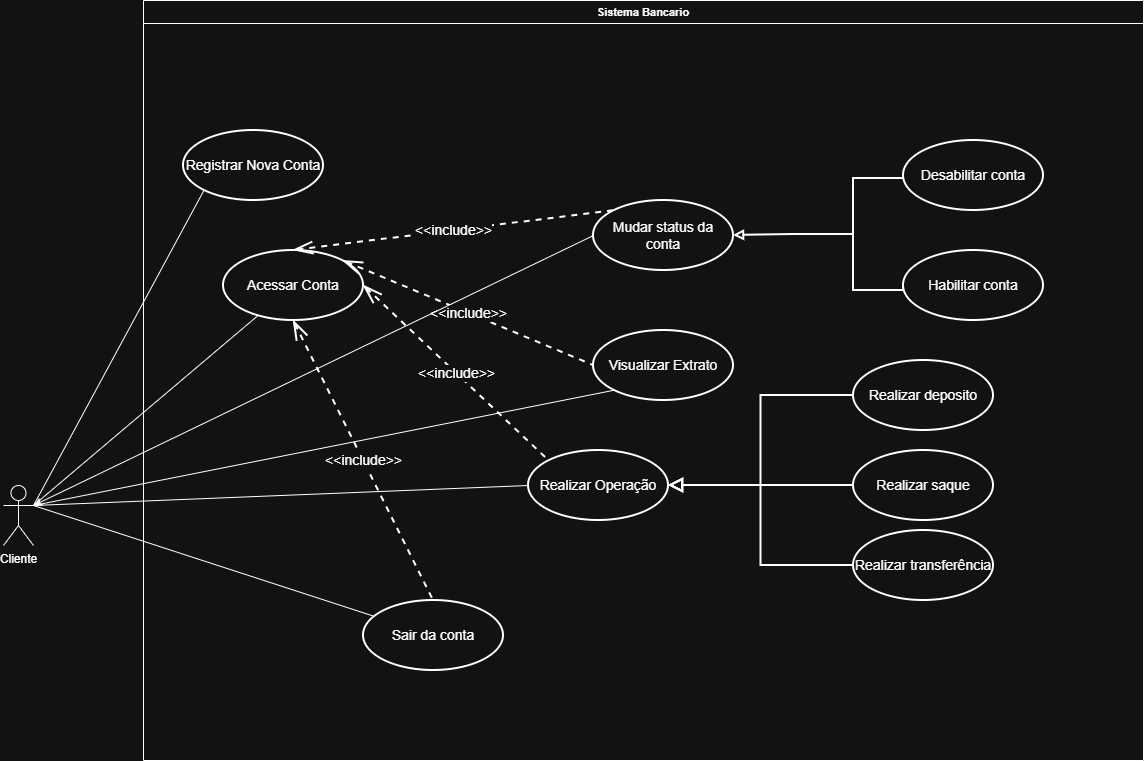
The draw.io diagram docs/images/UseCaseDiagram.drawio.png in Alexssandro-Costa/Simple-Banking-System, before a commit. Source tidied: cells renumbered, new cells last; positions are measured from the earlier drawing's top-left corner, leaving out a move shared by most shapes. Source of this version:
```xml
<mxGraphModel>
  <root>
    <mxCell id="0" />
    <mxCell id="1" parent="0" />
    <mxCell id="2" style="shape=connector;rounded=0;jettySize=auto;html=1;exitX=1;exitY=0.3333333333333333;exitDx=0;exitDy=0;exitPerimeter=0;entryX=0;entryY=1;entryDx=0;entryDy=0;strokeColor=default;align=center;verticalAlign=middle;fontFamily=Helvetica;fontSize=11;fontColor=default;labelBackgroundColor=default;endArrow=none;endFill=0;" parent="1" edge="1" source="7" target="19">
      <mxGeometry relative="1" as="geometry" />
    </mxCell>
    <mxCell id="3" style="shape=connector;rounded=0;jettySize=auto;html=1;exitX=1;exitY=0.3333333333333333;exitDx=0;exitDy=0;exitPerimeter=0;strokeColor=default;align=center;verticalAlign=middle;fontFamily=Helvetica;fontSize=11;fontColor=default;labelBackgroundColor=default;endArrow=none;endFill=0;" parent="1" edge="1" source="7" target="16">
      <mxGeometry relative="1" as="geometry" />
    </mxCell>
    <mxCell id="4" style="shape=connector;rounded=0;jettySize=auto;html=1;exitX=1;exitY=0.3333333333333333;exitDx=0;exitDy=0;exitPerimeter=0;strokeColor=default;align=center;verticalAlign=middle;fontFamily=Helvetica;fontSize=11;fontColor=default;labelBackgroundColor=default;endArrow=none;endFill=0;" parent="1" edge="1" source="7" target="9">
      <mxGeometry relative="1" as="geometry" />
    </mxCell>
    <mxCell id="5" style="shape=connector;rounded=0;jettySize=auto;html=1;exitX=1;exitY=0.3333333333333333;exitDx=0;exitDy=0;exitPerimeter=0;entryX=0;entryY=0.5;entryDx=0;entryDy=0;strokeColor=default;align=center;verticalAlign=middle;fontFamily=Helvetica;fontSize=11;fontColor=default;labelBackgroundColor=default;endArrow=none;endFill=0;" parent="1" edge="1" source="7" target="11">
      <mxGeometry relative="1" as="geometry" />
    </mxCell>
    <mxCell id="6" style="shape=connector;rounded=0;jettySize=auto;html=1;exitX=1;exitY=0.3333333333333333;exitDx=0;exitDy=0;exitPerimeter=0;entryX=0;entryY=1;entryDx=0;entryDy=0;strokeColor=default;align=center;verticalAlign=middle;fontFamily=Helvetica;fontSize=11;fontColor=default;labelBackgroundColor=default;endArrow=none;endFill=0;" parent="1" edge="1" source="7" target="15">
      <mxGeometry relative="1" as="geometry" />
    </mxCell>
    <mxCell id="7" value="Cliente" style="shape=umlActor;verticalLabelPosition=bottom;verticalAlign=top;html=1;outlineConnect=0;" parent="1" vertex="1">
      <mxGeometry y="485" width="30" height="60" as="geometry" />
    </mxCell>
    <mxCell id="8" value="Sistema Bancario" style="swimlane;whiteSpace=wrap;html=1;fontFamily=Helvetica;fontSize=11;fontColor=default;labelBackgroundColor=default;" parent="1" vertex="1">
      <mxGeometry x="140" width="1000" height="760" as="geometry" />
    </mxCell>
    <mxCell id="9" value="Sair da conta" style="ellipse;whiteSpace=wrap;html=1;miterlimit=4;strokeWidth=2;fontSize=14;" parent="8" vertex="1">
      <mxGeometry x="220" y="600" width="140" height="70" as="geometry" />
    </mxCell>
    <mxCell id="10" style="edgeStyle=orthogonalEdgeStyle;shape=connector;rounded=0;jettySize=auto;html=1;exitX=1;exitY=0.5;exitDx=0;exitDy=0;entryX=0;entryY=0.5;entryDx=0;entryDy=0;strokeColor=default;align=center;verticalAlign=middle;fontFamily=Helvetica;fontSize=14;fontColor=default;labelBackgroundColor=default;endArrow=none;endFill=0;startArrow=block;startFill=0;startSize=10;miterlimit=4;strokeWidth=2;" parent="8" edge="1" source="11" target="12">
      <mxGeometry relative="1" as="geometry" />
    </mxCell>
    <mxCell id="11" value="Realizar Operação" style="ellipse;whiteSpace=wrap;html=1;miterlimit=4;strokeWidth=2;fontSize=14;" parent="8" vertex="1">
      <mxGeometry x="385" y="450" width="140" height="70" as="geometry" />
    </mxCell>
    <mxCell id="12" value="Realizar deposito" style="ellipse;whiteSpace=wrap;html=1;miterlimit=4;strokeWidth=2;fontSize=14;" parent="8" vertex="1">
      <mxGeometry x="710" y="360" width="140" height="70" as="geometry" />
    </mxCell>
    <mxCell id="13" value="Realizar saque" style="ellipse;whiteSpace=wrap;html=1;miterlimit=4;strokeWidth=2;fontSize=14;" parent="8" vertex="1">
      <mxGeometry x="710" y="450" width="140" height="70" as="geometry" />
    </mxCell>
    <mxCell id="14" value="Realizar transferência" style="ellipse;whiteSpace=wrap;html=1;miterlimit=4;strokeWidth=2;fontSize=14;" parent="8" vertex="1">
      <mxGeometry x="710" y="530" width="140" height="70" as="geometry" />
    </mxCell>
    <mxCell id="15" value="Visualizar Extrato" style="ellipse;whiteSpace=wrap;html=1;miterlimit=4;strokeWidth=2;fontSize=14;" parent="8" vertex="1">
      <mxGeometry x="450" y="330" width="140" height="70" as="geometry" />
    </mxCell>
    <mxCell id="16" value="Acessar Conta" style="ellipse;whiteSpace=wrap;html=1;miterlimit=4;strokeWidth=2;fontSize=14;" parent="8" vertex="1">
      <mxGeometry x="80" y="250" width="140" height="70" as="geometry" />
    </mxCell>
    <mxCell id="17" style="edgeStyle=orthogonalEdgeStyle;shape=connector;rounded=0;jettySize=auto;html=1;exitX=1;exitY=0.5;exitDx=0;exitDy=0;entryX=0;entryY=0.5;entryDx=0;entryDy=0;strokeColor=default;align=center;verticalAlign=middle;fontFamily=Helvetica;fontSize=14;fontColor=default;labelBackgroundColor=default;endArrow=none;endFill=0;startArrow=block;startFill=0;startSize=10;miterlimit=4;strokeWidth=2;" parent="8" edge="1" source="11" target="13">
      <mxGeometry relative="1" as="geometry" />
    </mxCell>
    <mxCell id="18" style="edgeStyle=orthogonalEdgeStyle;shape=connector;rounded=0;jettySize=auto;html=1;exitX=1;exitY=0.5;exitDx=0;exitDy=0;entryX=0;entryY=0.5;entryDx=0;entryDy=0;strokeColor=default;align=center;verticalAlign=middle;fontFamily=Helvetica;fontSize=14;fontColor=default;labelBackgroundColor=default;endArrow=none;endFill=0;startArrow=block;startFill=0;startSize=10;miterlimit=4;strokeWidth=2;" parent="8" edge="1" source="11" target="14">
      <mxGeometry relative="1" as="geometry" />
    </mxCell>
    <mxCell id="19" value="Registrar Nova Conta" style="ellipse;whiteSpace=wrap;html=1;miterlimit=4;strokeWidth=2;fontSize=14;" parent="8" vertex="1">
      <mxGeometry x="40" y="130" width="140" height="70" as="geometry" />
    </mxCell>
    <mxCell id="20" value="&amp;lt;&amp;lt;include&amp;gt;&amp;gt;" style="endArrow=none;endSize=16;endFill=0;html=1;rounded=0;exitX=1;exitY=0.5;exitDx=0;exitDy=0;entryX=0;entryY=0;entryDx=0;entryDy=0;startArrow=openThin;startFill=0;startSize=16;dashed=1;miterlimit=4;strokeWidth=2;fontSize=14;" parent="8" edge="1" source="16" target="11">
      <mxGeometry relative="1" as="geometry" />
    </mxCell>
    <mxCell id="21" value="&amp;lt;&amp;lt;include&amp;gt;&amp;gt;" style="endArrow=none;endSize=16;endFill=0;html=1;rounded=0;entryX=0.5;entryY=0;entryDx=0;entryDy=0;startArrow=openThin;startFill=0;startSize=16;dashed=1;exitX=0.5;exitY=1;exitDx=0;exitDy=0;miterlimit=4;strokeWidth=2;fontSize=14;" parent="8" edge="1" source="16" target="9">
      <mxGeometry relative="1" as="geometry" />
    </mxCell>
    <mxCell id="22" value="&amp;lt;&amp;lt;include&amp;gt;&amp;gt;" style="endArrow=none;endSize=16;endFill=0;html=1;rounded=0;exitX=1;exitY=0;exitDx=0;exitDy=0;entryX=0;entryY=0.5;entryDx=0;entryDy=0;startArrow=openThin;startFill=0;startSize=16;dashed=1;miterlimit=4;strokeWidth=2;fontSize=14;" parent="8" edge="1" source="16" target="15">
      <mxGeometry relative="1" as="geometry" />
    </mxCell>
    <mxCell id="23" value="Mudar status da conta" style="ellipse;whiteSpace=wrap;html=1;miterlimit=4;strokeWidth=2;fontSize=14;" parent="8" vertex="1">
      <mxGeometry x="450" y="200" width="140" height="70" as="geometry" />
    </mxCell>
    <mxCell id="24" value="Desabilitar conta" style="ellipse;whiteSpace=wrap;html=1;miterlimit=4;strokeWidth=2;fontSize=14;" parent="8" vertex="1">
      <mxGeometry x="760" y="140" width="140" height="70" as="geometry" />
    </mxCell>
    <mxCell id="25" value="Habilitar conta" style="ellipse;whiteSpace=wrap;html=1;miterlimit=4;strokeWidth=2;fontSize=14;" parent="8" vertex="1">
      <mxGeometry x="760" y="250" width="140" height="70" as="geometry" />
    </mxCell>
    <mxCell id="26" style="edgeStyle=orthogonalEdgeStyle;rounded=0;jettySize=auto;html=1;exitX=0;exitY=0.5;exitDx=0;exitDy=0;exitPerimeter=0;entryX=1;entryY=0.5;entryDx=0;entryDy=0;strokeWidth=2;endArrow=block;endFill=0;" parent="8" edge="1" source="29" target="23">
      <mxGeometry relative="1" as="geometry" />
    </mxCell>
    <mxCell id="27" style="edgeStyle=orthogonalEdgeStyle;rounded=0;jettySize=auto;html=1;exitX=1;exitY=0;exitDx=0;exitDy=0;exitPerimeter=0;entryX=0;entryY=0.5;entryDx=0;entryDy=0;endArrow=none;endFill=0;strokeWidth=2;" parent="8" edge="1" source="29" target="24">
      <mxGeometry relative="1" as="geometry" />
    </mxCell>
    <mxCell id="28" style="edgeStyle=orthogonalEdgeStyle;rounded=0;jettySize=auto;html=1;exitX=1;exitY=1;exitDx=0;exitDy=0;exitPerimeter=0;entryX=0;entryY=0.5;entryDx=0;entryDy=0;strokeWidth=2;endArrow=none;endFill=0;" parent="8" edge="1" source="29" target="25">
      <mxGeometry relative="1" as="geometry" />
    </mxCell>
    <mxCell id="29" style="strokeWidth=2;html=1;shape=mxgraph.flowchart.annotation_1;align=left;" parent="8" vertex="1">
      <mxGeometry x="710" y="178" width="50" height="112" as="geometry" />
    </mxCell>
    <mxCell id="30" value="&amp;lt;&amp;lt;include&amp;gt;&amp;gt;" style="endArrow=none;endSize=16;endFill=0;html=1;rounded=0;exitX=0.5;exitY=0;exitDx=0;exitDy=0;entryX=0;entryY=0;entryDx=0;entryDy=0;startArrow=openThin;startFill=0;startSize=16;dashed=1;miterlimit=4;strokeWidth=2;fontSize=14;" parent="8" edge="1" source="16" target="23">
      <mxGeometry relative="1" as="geometry" />
    </mxCell>
    <mxCell id="31" style="rounded=0;jettySize=auto;html=1;exitX=0;exitY=0.5;exitDx=0;exitDy=0;entryX=1;entryY=0.3333333333333333;entryDx=0;entryDy=0;entryPerimeter=0;" parent="1" edge="1" source="23" target="7">
      <mxGeometry relative="1" as="geometry" />
    </mxCell>
  </root>
</mxGraphModel>
```
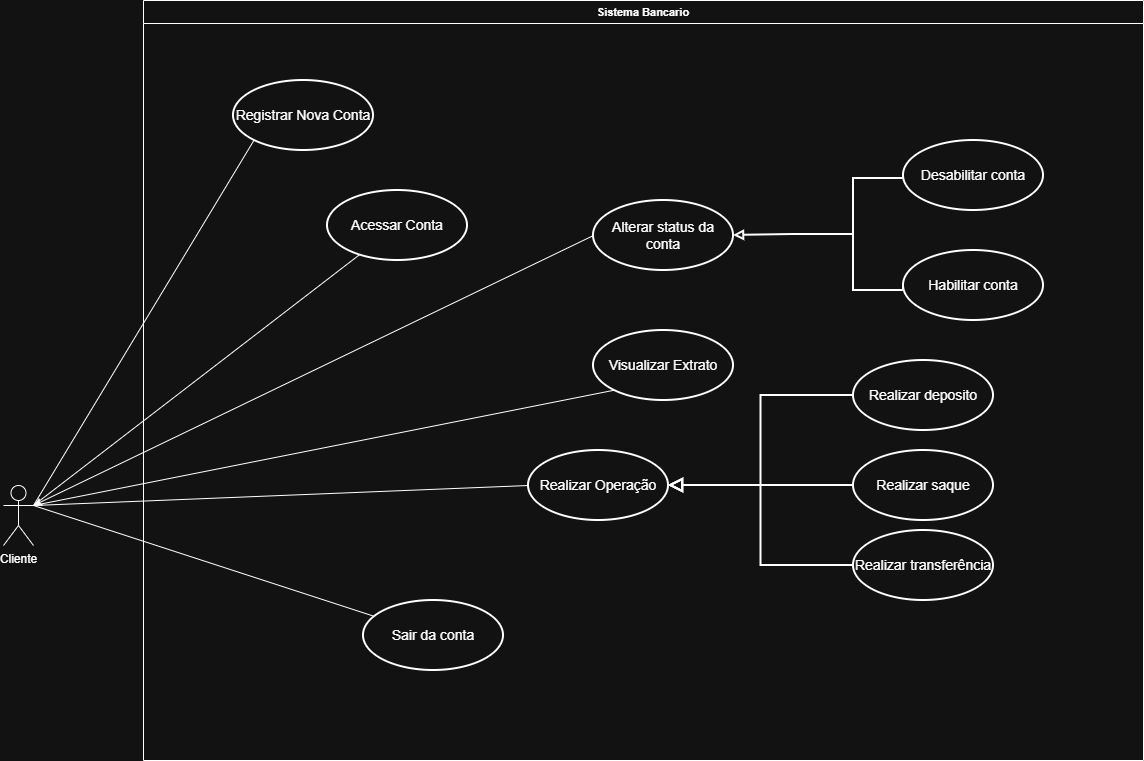
The same file after the commit.

Commit message:
update: removido os <<includes>> do diagrama de casos de uso.

Diff of the diagram source:
```diff
@@ -45,7 +45,7 @@
       <mxGeometry x="450" y="330" width="140" height="70" as="geometry" />
     </mxCell>
     <mxCell id="16" value="Acessar Conta" style="ellipse;whiteSpace=wrap;html=1;miterlimit=4;strokeWidth=2;fontSize=14;" parent="8" vertex="1">
-      <mxGeometry x="80" y="250" width="140" height="70" as="geometry" />
+      <mxGeometry x="184" y="190" width="140" height="70" as="geometry" />
     </mxCell>
     <mxCell id="17" style="edgeStyle=orthogonalEdgeStyle;shape=connector;rounded=0;jettySize=auto;html=1;exitX=1;exitY=0.5;exitDx=0;exitDy=0;entryX=0;entryY=0.5;entryDx=0;entryDy=0;strokeColor=default;align=center;verticalAlign=middle;fontFamily=Helvetica;fontSize=14;fontColor=default;labelBackgroundColor=default;endArrow=none;endFill=0;startArrow=block;startFill=0;startSize=10;miterlimit=4;strokeWidth=2;" parent="8" edge="1" source="11" target="13">
       <mxGeometry relative="1" as="geometry" />
@@ -54,18 +54,9 @@
       <mxGeometry relative="1" as="geometry" />
     </mxCell>
     <mxCell id="19" value="Registrar Nova Conta" style="ellipse;whiteSpace=wrap;html=1;miterlimit=4;strokeWidth=2;fontSize=14;" parent="8" vertex="1">
-      <mxGeometry x="40" y="130" width="140" height="70" as="geometry" />
+      <mxGeometry x="90" y="80" width="140" height="70" as="geometry" />
     </mxCell>
-    <mxCell id="20" value="&amp;lt;&amp;lt;include&amp;gt;&amp;gt;" style="endArrow=none;endSize=16;endFill=0;html=1;rounded=0;exitX=1;exitY=0.5;exitDx=0;exitDy=0;entryX=0;entryY=0;entryDx=0;entryDy=0;startArrow=openThin;startFill=0;startSize=16;dashed=1;miterlimit=4;strokeWidth=2;fontSize=14;" parent="8" edge="1" source="16" target="11">
-      <mxGeometry relative="1" as="geometry" />
-    </mxCell>
-    <mxCell id="21" value="&amp;lt;&amp;lt;include&amp;gt;&amp;gt;" style="endArrow=none;endSize=16;endFill=0;html=1;rounded=0;entryX=0.5;entryY=0;entryDx=0;entryDy=0;startArrow=openThin;startFill=0;startSize=16;dashed=1;exitX=0.5;exitY=1;exitDx=0;exitDy=0;miterlimit=4;strokeWidth=2;fontSize=14;" parent="8" edge="1" source="16" target="9">
-      <mxGeometry relative="1" as="geometry" />
-    </mxCell>
-    <mxCell id="22" value="&amp;lt;&amp;lt;include&amp;gt;&amp;gt;" style="endArrow=none;endSize=16;endFill=0;html=1;rounded=0;exitX=1;exitY=0;exitDx=0;exitDy=0;entryX=0;entryY=0.5;entryDx=0;entryDy=0;startArrow=openThin;startFill=0;startSize=16;dashed=1;miterlimit=4;strokeWidth=2;fontSize=14;" parent="8" edge="1" source="16" target="15">
-      <mxGeometry relative="1" as="geometry" />
-    </mxCell>
-    <mxCell id="23" value="Mudar status da conta" style="ellipse;whiteSpace=wrap;html=1;miterlimit=4;strokeWidth=2;fontSize=14;" parent="8" vertex="1">
+    <mxCell id="23" value="Alterar status da conta" style="ellipse;whiteSpace=wrap;html=1;miterlimit=4;strokeWidth=2;fontSize=14;" parent="8" vertex="1">
       <mxGeometry x="450" y="200" width="140" height="70" as="geometry" />
     </mxCell>
     <mxCell id="24" value="Desabilitar conta" style="ellipse;whiteSpace=wrap;html=1;miterlimit=4;strokeWidth=2;fontSize=14;" parent="8" vertex="1">
@@ -86,9 +77,6 @@
     <mxCell id="29" style="strokeWidth=2;html=1;shape=mxgraph.flowchart.annotation_1;align=left;" parent="8" vertex="1">
       <mxGeometry x="710" y="178" width="50" height="112" as="geometry" />
     </mxCell>
-    <mxCell id="30" value="&amp;lt;&amp;lt;include&amp;gt;&amp;gt;" style="endArrow=none;endSize=16;endFill=0;html=1;rounded=0;exitX=0.5;exitY=0;exitDx=0;exitDy=0;entryX=0;entryY=0;entryDx=0;entryDy=0;startArrow=openThin;startFill=0;startSize=16;dashed=1;miterlimit=4;strokeWidth=2;fontSize=14;" parent="8" edge="1" source="16" target="23">
-      <mxGeometry relative="1" as="geometry" />
-    </mxCell>
     <mxCell id="31" style="rounded=0;jettySize=auto;html=1;exitX=0;exitY=0.5;exitDx=0;exitDy=0;entryX=1;entryY=0.3333333333333333;entryDx=0;entryDy=0;entryPerimeter=0;" parent="1" edge="1" source="23" target="7">
       <mxGeometry relative="1" as="geometry" />
     </mxCell>
```
